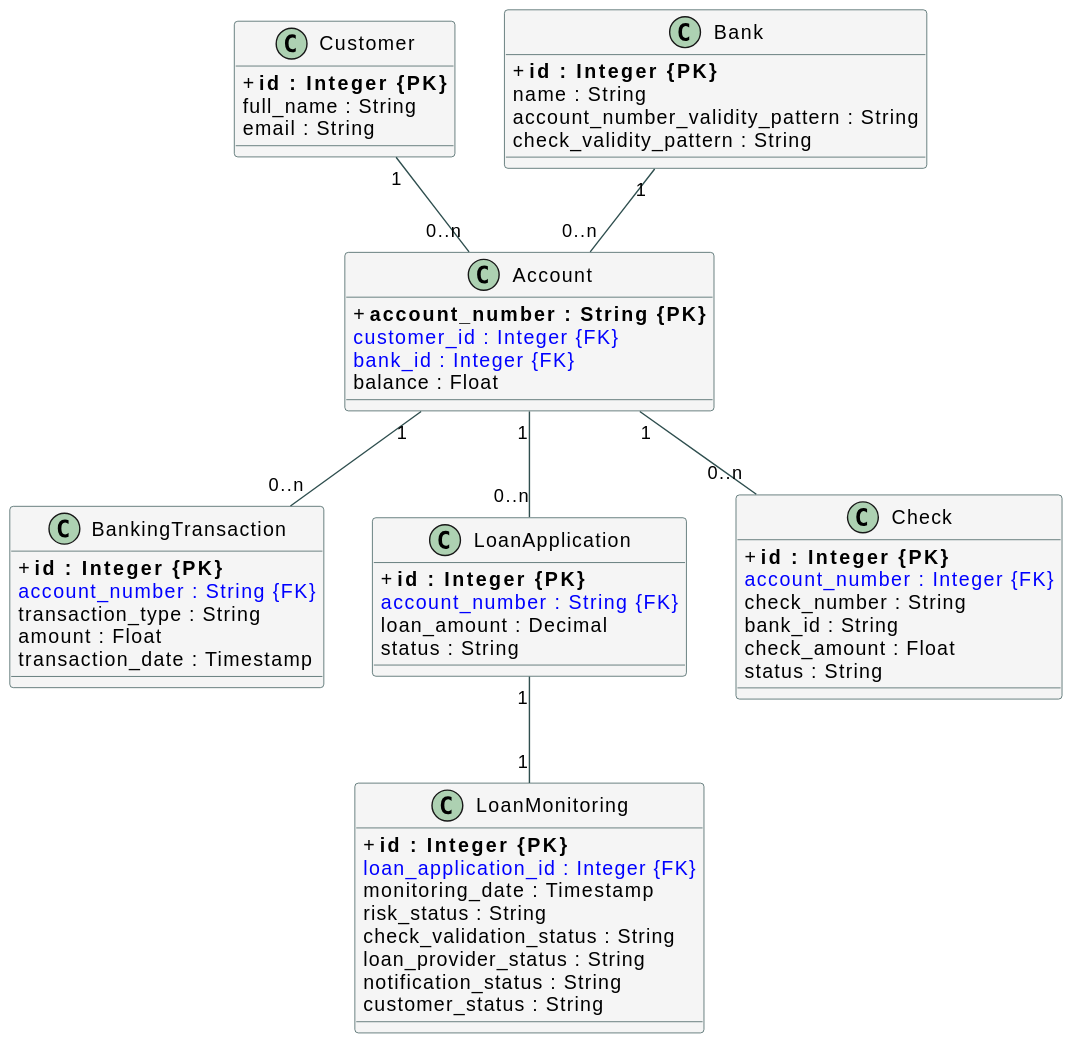
Above: Documentation/Database/database.svg in LouisChrl/Loan-Simulation-Service (PlantUML), before the change.
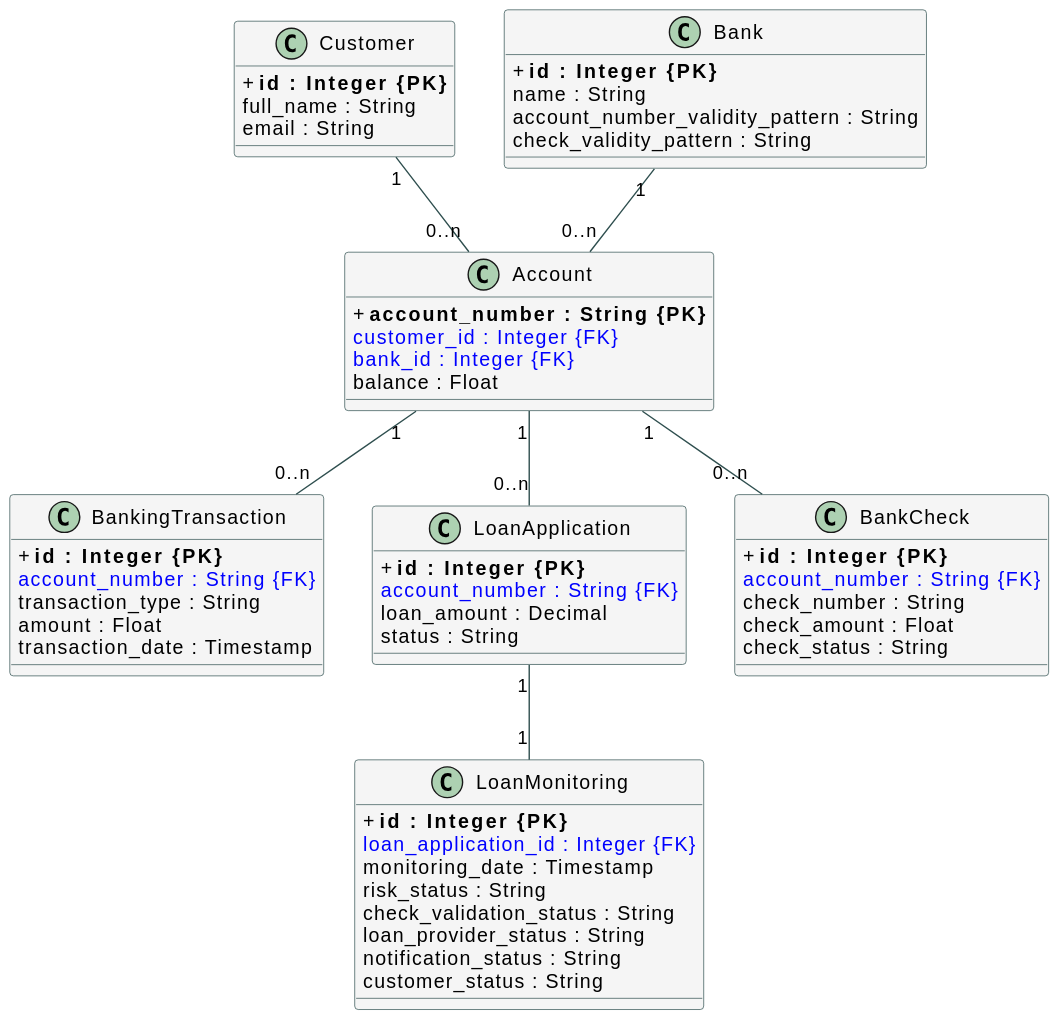
Later version of the same file.

Commit message:
Updated database structure

Diff of the diagram source:
```diff
@@ -41,13 +41,12 @@
   status : String
 }
 
-class Check {
+class BankCheck {
   + **id : Integer {PK}**
-  <color:Blue>account_number : Integer {FK}</color>
+  <color:Blue>account_number : String {FK}</color>
   check_number : String
-  bank_id : String
   check_amount : Float
-  status : String
+  check_status : String
 }
 
 class LoanMonitoring {
@@ -64,7 +63,7 @@
 Customer "1" -- "0..n" Account
 Bank "1" -- "0..n" Account
 Account "1" -- "0..n" BankingTransaction
-Account "1" -- "0..n" Check
+Account "1" -- "0..n" BankCheck
 Account "1" -- "0..n" LoanApplication
 LoanApplication "1" -- "1" LoanMonitoring
 @enduml
```
